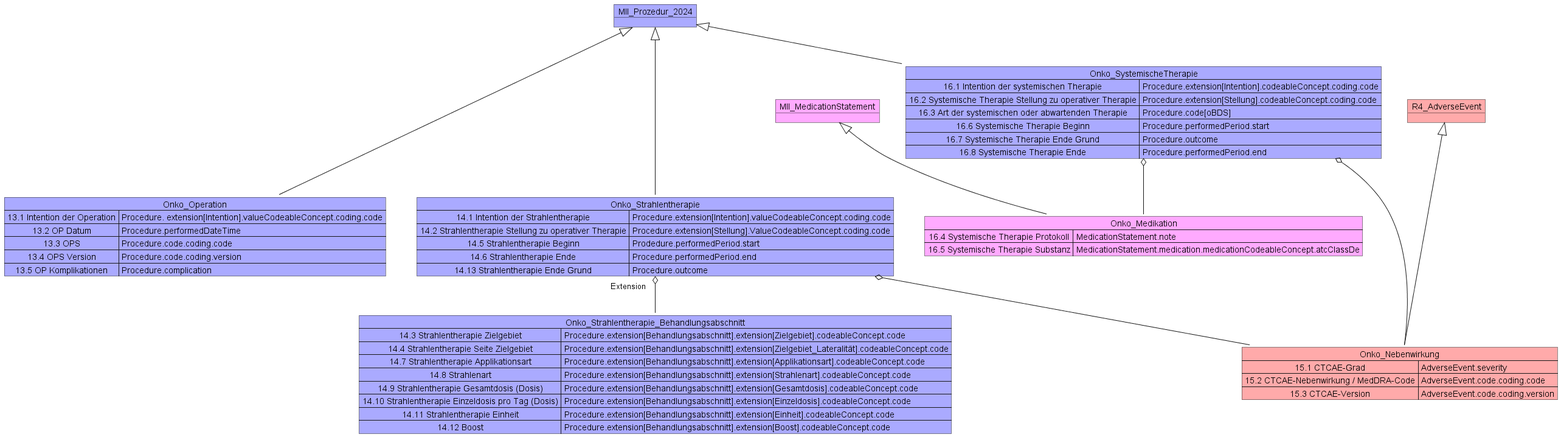
Before: information_model/MII_Onko_13-16_Prozeduren.png, a diagram exported from PlantUML (medizininformatik-initiative/kerndatensatzmodul-onkologie).
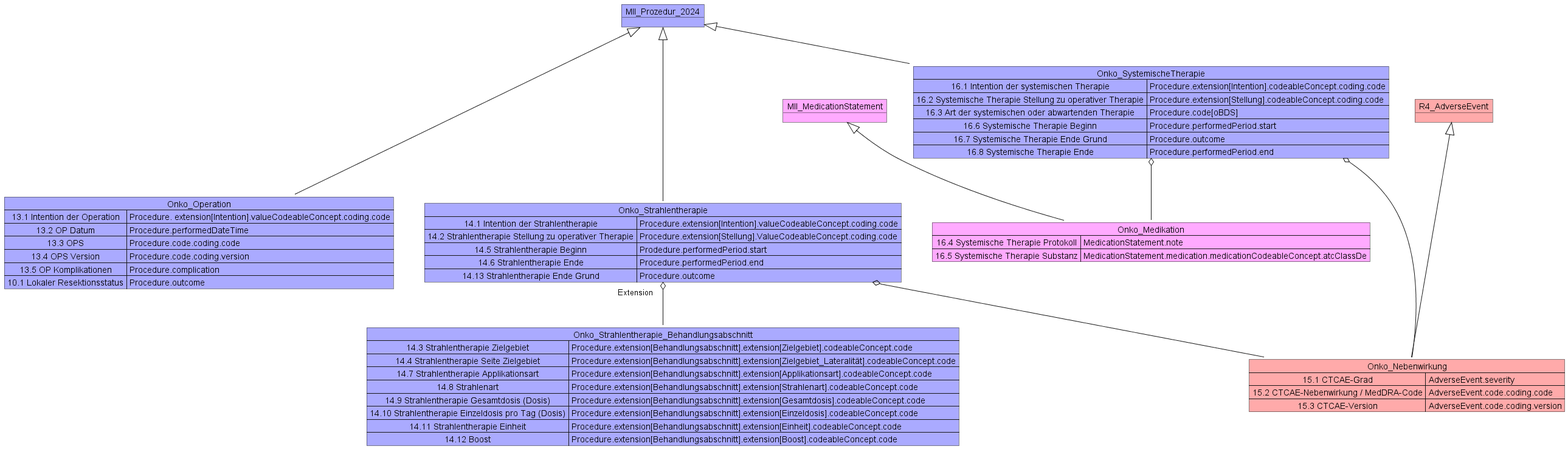
Above is the later version.

Change to the diagram source:
```diff
@@ -4,8 +4,9 @@
 13.1 Intention der Operation => Procedure. extension[Intention].valueCodeableConcept.coding.code
 13.2 OP Datum => Procedure.performedDateTime
 13.3 OPS => Procedure.code.coding.code
-13.4 OPS Version=> Procedure.code.coding.version
+13.4 OPS Version => Procedure.code.coding.version
 13.5 OP Komplikationen => Procedure.complication
+10.1 Lokaler Resektionsstatus => Procedure.outcome
 }
 Map Onko_Strahlentherapie #AAAAFF{
 14.1 Intention der Strahlentherapie => Procedure.extension[Intention].valueCodeableConcept.coding.code
```
